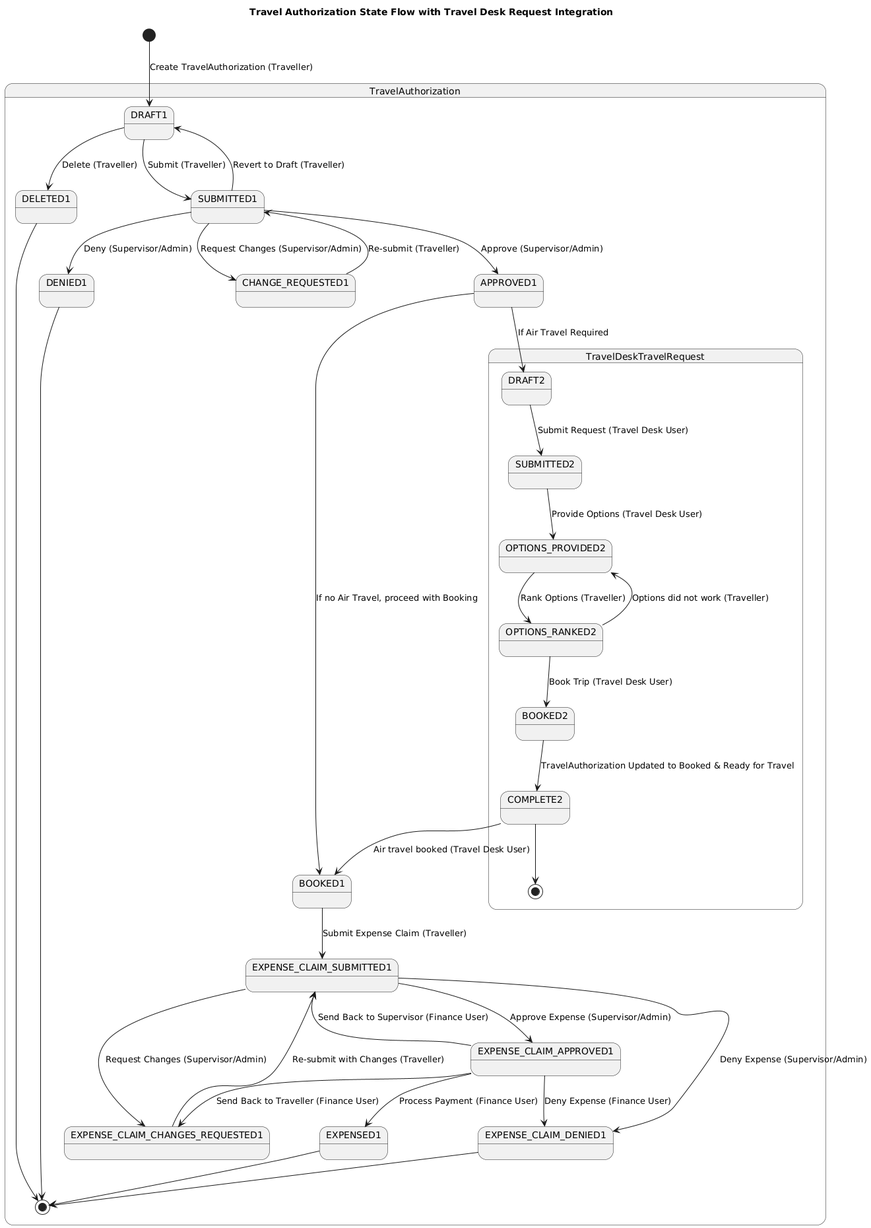
icefoganalytics/travel-authorization keeps this PlantUML diagram as _Design/State Diagram, Travel Authorization Completion, 2024-12-11.png. Above is the earlier version. Source of this version:
```plantuml
@startuml "State Diagram, Travel Authorization Completion, 2024-12-11"

title "Travel Authorization State Flow with Travel Desk Request Integration"

[*] --> TravelAuthorization.DRAFT1 : Create TravelAuthorization (Traveller)

state TravelAuthorization {
  DRAFT1 --> DELETED1 : Delete (Traveller)
  DELETED1 --> [*]

  DRAFT1 --> SUBMITTED1 : Submit (Traveller)
  SUBMITTED1 --> DRAFT1 : Revert to Draft (Traveller)
  SUBMITTED1 --> APPROVED1 : Approve (Supervisor/Admin)

  APPROVED1 --> TravelDeskTravelRequest.DRAFT2 : If Air Travel Required

  state TravelDeskTravelRequest {
    DRAFT2 --> SUBMITTED2 : Submit Request (Travel Desk User)
    SUBMITTED2 --> OPTIONS_PROVIDED2 : Provide Options (Travel Desk User)
    OPTIONS_PROVIDED2 --> OPTIONS_RANKED2 : Rank Options (Traveller)
    OPTIONS_RANKED2 --> OPTIONS_PROVIDED2 : Options did not work (Traveller)
    OPTIONS_RANKED2 --> BOOKED2 : Book Trip (Travel Desk User)
    BOOKED2 --> COMPLETE2 : TravelAuthorization Updated to Booked & Ready for Travel
    COMPLETE2 --> [*]
  }

  COMPLETE2 --> BOOKED1 : Air travel booked (Travel Desk User)

  SUBMITTED1 --> DENIED1 : Deny (Supervisor/Admin)
  DENIED1 --> [*]
  SUBMITTED1 --> CHANGE_REQUESTED1 : Request Changes (Supervisor/Admin)
  CHANGE_REQUESTED1 --> SUBMITTED1 : Re-submit (Traveller)

  APPROVED1 --> BOOKED1 : If no Air Travel, proceed with Booking
  BOOKED1 --> EXPENSE_CLAIM_SUBMITTED1 : Submit Expense Claim (Traveller)
  EXPENSE_CLAIM_SUBMITTED1 --> EXPENSE_CLAIM_APPROVED1 : Approve Expense (Supervisor/Admin)
  EXPENSE_CLAIM_SUBMITTED1 --> EXPENSE_CLAIM_DENIED1 : Deny Expense (Supervisor/Admin)
  EXPENSE_CLAIM_SUBMITTED1 --> EXPENSE_CLAIM_CHANGES_REQUESTED1 : Request Changes (Supervisor/Admin)

  EXPENSE_CLAIM_APPROVED1 --> EXPENSED1 : Process Payment (Finance User)
  EXPENSE_CLAIM_APPROVED1 --> EXPENSE_CLAIM_DENIED1 : Deny Expense (Finance User)
  EXPENSE_CLAIM_APPROVED1 --> EXPENSE_CLAIM_CHANGES_REQUESTED1 : Send Back to Traveller (Finance User)
  EXPENSE_CLAIM_APPROVED1 --> EXPENSE_CLAIM_SUBMITTED1 : Send Back to Supervisor (Finance User)

  EXPENSE_CLAIM_CHANGES_REQUESTED1 --> EXPENSE_CLAIM_SUBMITTED1 : Re-submit with Changes (Traveller)
  EXPENSE_CLAIM_DENIED1 --> [*]
  EXPENSED1 --> [*]
}
@enduml
```
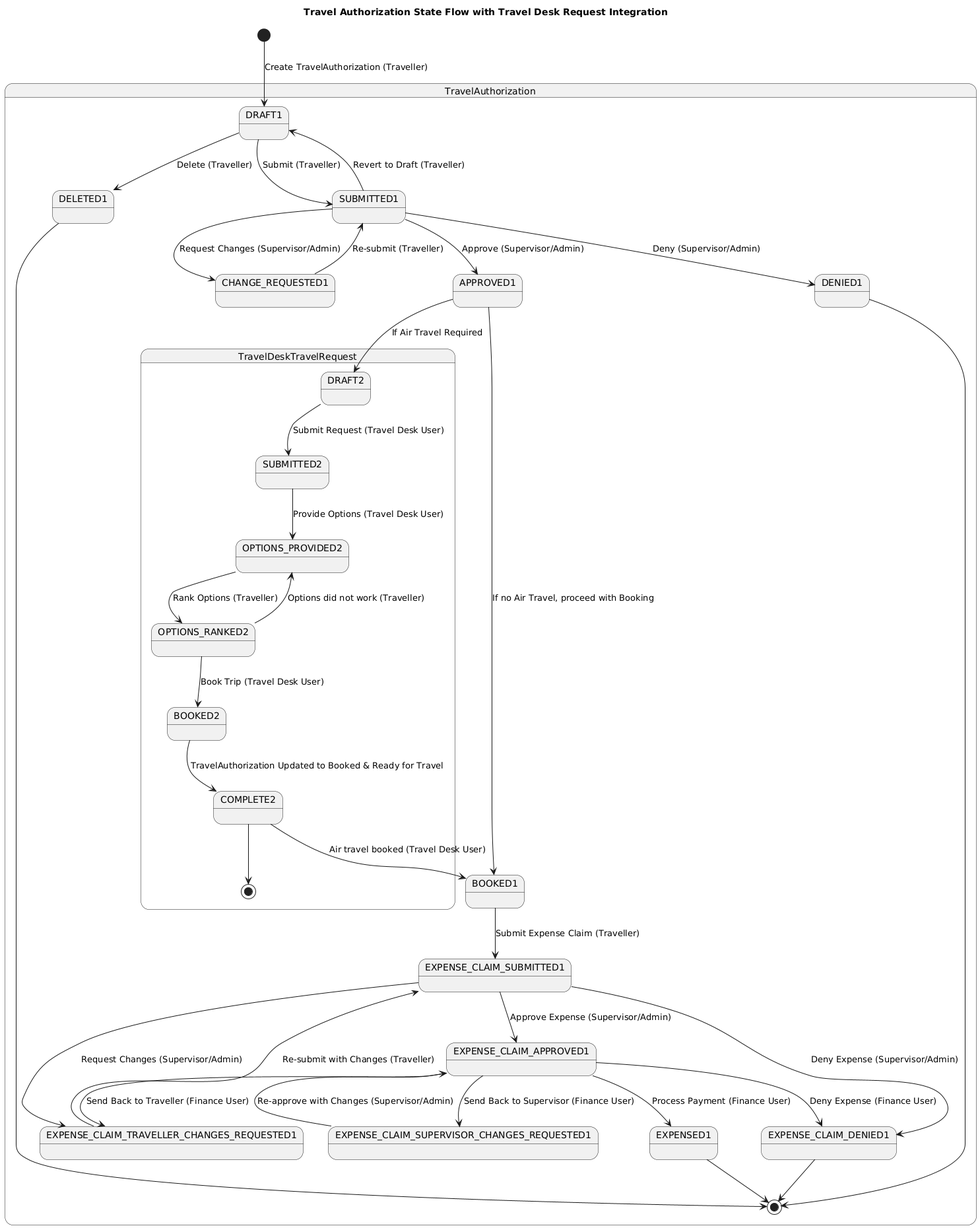
Above is the later version.

Commit message:
:memo: Update the expense claim state diagram with actor-qualified state names.

The diagram now shows both EXPENSE_CLAIM_TRAVELLER_CHANGES_REQUESTED and EXPENSE_CLAIM_SUPERVISOR_CHANGES_REQUESTED states, along with the supervisor re-approval transition.

Diff of the diagram source:
```diff
@@ -35,14 +35,15 @@
   BOOKED1 --> EXPENSE_CLAIM_SUBMITTED1 : Submit Expense Claim (Traveller)
   EXPENSE_CLAIM_SUBMITTED1 --> EXPENSE_CLAIM_APPROVED1 : Approve Expense (Supervisor/Admin)
   EXPENSE_CLAIM_SUBMITTED1 --> EXPENSE_CLAIM_DENIED1 : Deny Expense (Supervisor/Admin)
-  EXPENSE_CLAIM_SUBMITTED1 --> EXPENSE_CLAIM_CHANGES_REQUESTED1 : Request Changes (Supervisor/Admin)
+  EXPENSE_CLAIM_SUBMITTED1 --> EXPENSE_CLAIM_TRAVELLER_CHANGES_REQUESTED1 : Request Changes (Supervisor/Admin)
 
   EXPENSE_CLAIM_APPROVED1 --> EXPENSED1 : Process Payment (Finance User)
   EXPENSE_CLAIM_APPROVED1 --> EXPENSE_CLAIM_DENIED1 : Deny Expense (Finance User)
-  EXPENSE_CLAIM_APPROVED1 --> EXPENSE_CLAIM_CHANGES_REQUESTED1 : Send Back to Traveller (Finance User)
-  EXPENSE_CLAIM_APPROVED1 --> EXPENSE_CLAIM_SUBMITTED1 : Send Back to Supervisor (Finance User)
+  EXPENSE_CLAIM_APPROVED1 --> EXPENSE_CLAIM_TRAVELLER_CHANGES_REQUESTED1 : Send Back to Traveller (Finance User)
+  EXPENSE_CLAIM_APPROVED1 --> EXPENSE_CLAIM_SUPERVISOR_CHANGES_REQUESTED1 : Send Back to Supervisor (Finance User)
 
-  EXPENSE_CLAIM_CHANGES_REQUESTED1 --> EXPENSE_CLAIM_SUBMITTED1 : Re-submit with Changes (Traveller)
+  EXPENSE_CLAIM_TRAVELLER_CHANGES_REQUESTED1 --> EXPENSE_CLAIM_SUBMITTED1 : Re-submit with Changes (Traveller)
+  EXPENSE_CLAIM_SUPERVISOR_CHANGES_REQUESTED1 --> EXPENSE_CLAIM_APPROVED1 : Re-approve with Changes (Supervisor/Admin)
   EXPENSE_CLAIM_DENIED1 --> [*]
   EXPENSED1 --> [*]
 }
```
